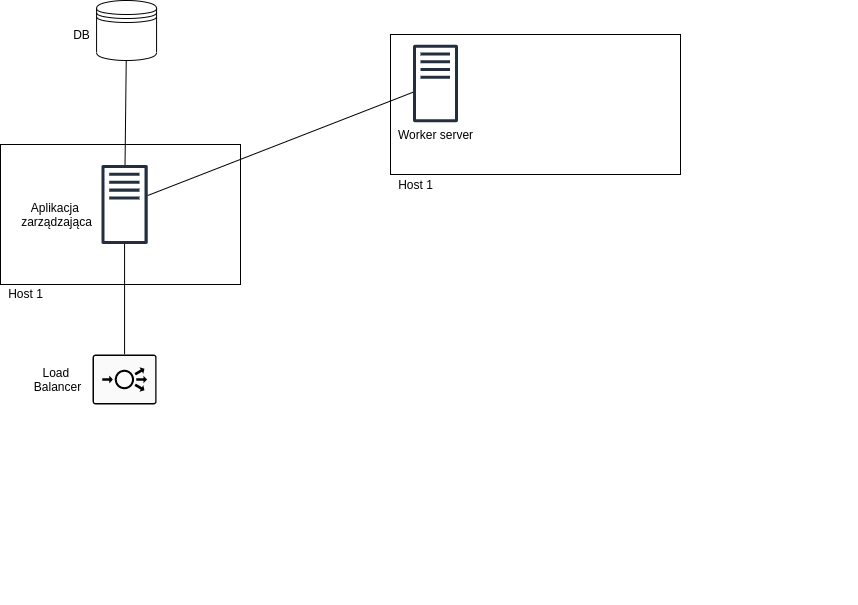
Earlier version of the draw.io export img/arch1.png (VM-Lab-Automation/Presentation). Source tidied: cells renumbered, new cells last; positions are measured from the earlier drawing's top-left corner, leaving out a move shared by most shapes. Source of this version:
```xml
<mxGraphModel>
  <root>
    <mxCell id="0" />
    <mxCell id="1" parent="0" />
    <mxCell id="2" style="rounded=0;whiteSpace=wrap;html=1;" parent="1" vertex="1">
      <mxGeometry y="144" width="240" height="140" as="geometry" />
    </mxCell>
    <mxCell id="3" value="Host 1" style="text;html=1;align=center;verticalAlign=middle;" parent="1" vertex="1">
      <mxGeometry y="283" width="50" height="20" as="geometry" />
    </mxCell>
    <mxCell id="4" style="outlineConnect=0;fontColor=#232F3E;gradientColor=none;fillColor=#232F3E;strokeColor=none;dashed=0;verticalLabelPosition=bottom;verticalAlign=top;align=center;html=1;fontSize=12;fontStyle=0;shape=mxgraph.aws4.traditional_server;" parent="1" vertex="1">
      <mxGeometry x="101" y="164" width="46.1" height="80" as="geometry" />
    </mxCell>
    <mxCell id="5" value="Aplikacja &lt;br&gt;zarządzająca" style="text;html=1;align=center;verticalAlign=middle;" parent="1" vertex="1">
      <mxGeometry x="11" y="199" width="90" height="30" as="geometry" />
    </mxCell>
    <mxCell id="6" style="rounded=0;whiteSpace=wrap;html=1;" parent="1" vertex="1">
      <mxGeometry x="390" y="34" width="290" height="140" as="geometry" />
    </mxCell>
    <mxCell id="7" style="outlineConnect=0;fontColor=#232F3E;gradientColor=none;fillColor=#232F3E;strokeColor=none;dashed=0;verticalLabelPosition=bottom;verticalAlign=top;align=center;html=1;fontSize=12;fontStyle=0;shape=mxgraph.aws4.traditional_server;" parent="1" vertex="1">
      <mxGeometry x="412.5" y="44" width="45" height="78" as="geometry" />
    </mxCell>
    <mxCell id="8" value="Worker server" style="text;html=1;align=center;verticalAlign=middle;" parent="1" vertex="1">
      <mxGeometry x="390" y="124" width="90" height="20" as="geometry" />
    </mxCell>
    <mxCell id="9" style="shape=datastore;whiteSpace=wrap;html=1;" parent="1" vertex="1">
      <mxGeometry x="96.1" width="60" height="60" as="geometry" />
    </mxCell>
    <mxCell id="10" value="DB&lt;br&gt;" style="text;html=1;align=center;verticalAlign=middle;" parent="1" vertex="1">
      <mxGeometry x="66.1" y="24" width="30" height="20" as="geometry" />
    </mxCell>
    <mxCell id="11" style="endArrow=none;html=1;" parent="1" edge="1" source="4" target="9">
      <mxGeometry relative="1" as="geometry" />
    </mxCell>
    <mxCell id="12" value="Host 1" style="text;html=1;align=center;verticalAlign=middle;" parent="1" vertex="1">
      <mxGeometry x="390" y="174" width="50" height="20" as="geometry" />
    </mxCell>
    <mxCell id="13" style="outlineConnect=0;fontColor=#232F3E;gradientColor=none;strokeColor=none;dashed=0;verticalLabelPosition=bottom;verticalAlign=top;align=center;html=1;fontSize=12;fontStyle=0;shape=mxgraph.aws4.client;fillColor=none;" parent="1" vertex="1">
      <mxGeometry x="78.1" y="503" width="78" height="76" as="geometry" />
    </mxCell>
    <mxCell id="14" value="Nauczyciel" style="text;html=1;align=center;verticalAlign=middle;noLabel=1;fontColor=none;" parent="1" vertex="1">
      <mxGeometry x="82.1" y="584" width="70" height="20" as="geometry" />
    </mxCell>
    <mxCell id="15" style="fontColor=#232F3E;gradientColor=none;strokeColor=none;dashed=0;verticalLabelPosition=bottom;verticalAlign=top;align=center;html=1;fontSize=12;fontStyle=0;shape=mxgraph.aws4.client;fillColor=none;" parent="1" vertex="1">
      <mxGeometry x="779" y="396" width="78" height="76" as="geometry" />
    </mxCell>
    <mxCell id="16" style="fontColor=#232F3E;gradientColor=none;strokeColor=none;dashed=0;verticalLabelPosition=bottom;verticalAlign=top;align=center;html=1;fontSize=12;fontStyle=0;shape=mxgraph.aws4.client;fillColor=none;" parent="1" vertex="1">
      <mxGeometry x="779" y="14" width="78" height="76" as="geometry" />
    </mxCell>
    <mxCell id="17" style="points=[[0.015,0.015,0],[0.985,0.015,0],[0.985,0.985,0],[0.015,0.985,0],[0.25,0,0],[0.5,0,0],[0.75,0,0],[1,0.25,0],[1,0.5,0],[1,0.75,0],[0.75,1,0],[0.5,1,0],[0.25,1,0],[0,0.75,0],[0,0.5,0],[0,0.25,0]];verticalLabelPosition=bottom;html=1;verticalAlign=top;align=center;shape=mxgraph.cisco19.rect;prIcon=load_balancer;fillColor=#FAFAFA;direction=east;" parent="1" vertex="1">
      <mxGeometry x="92.1" y="354" width="64" height="50" as="geometry" />
    </mxCell>
    <mxCell id="18" style="endArrow=none;html=1;exitX=0.5;exitY=0;exitDx=0;exitDy=0;exitPerimeter=0;" parent="1" edge="1" source="17" target="4">
      <mxGeometry relative="1" as="geometry" />
    </mxCell>
    <mxCell id="19" style="endArrow=none;html=1;" parent="1" edge="1" source="4" target="7">
      <mxGeometry relative="1" as="geometry" />
    </mxCell>
    <mxCell id="20" value="Load &lt;br&gt;Balancer" style="text;html=1;align=center;verticalAlign=middle;" parent="1" vertex="1">
      <mxGeometry x="27.1" y="364" width="60" height="30" as="geometry" />
    </mxCell>
    <mxCell id="21" style="fontColor=#232F3E;gradientColor=none;strokeColor=none;dashed=0;verticalLabelPosition=bottom;verticalAlign=top;align=center;html=1;fontSize=12;fontStyle=0;shape=mxgraph.aws4.client;fillColor=none;" parent="1" vertex="1">
      <mxGeometry x="779" y="184" width="78" height="76" as="geometry" />
    </mxCell>
  </root>
</mxGraphModel>
```
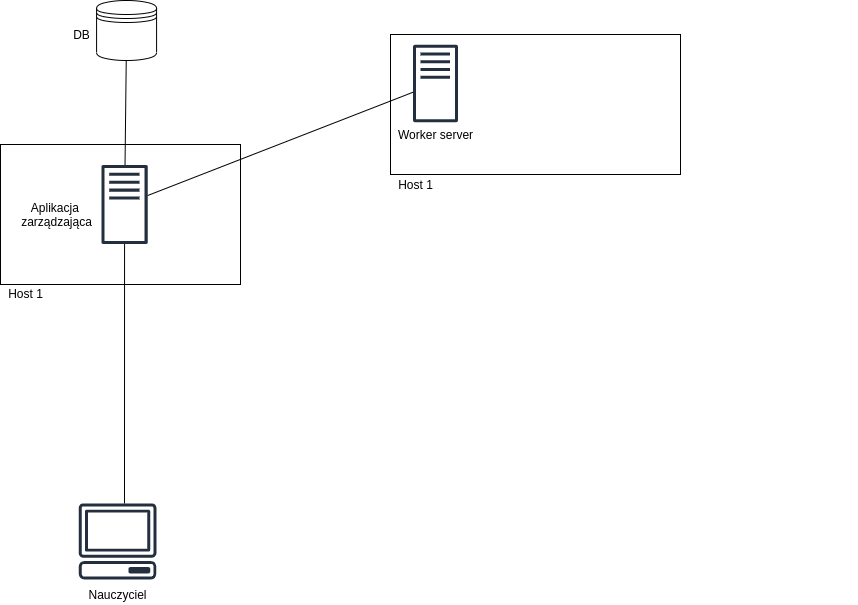
After the commit.

Commit message:
arch and gifs improvements

What changed in the source:
```diff
@@ -35,30 +35,21 @@
     <mxCell id="12" value="Host 1" style="text;html=1;align=center;verticalAlign=middle;" parent="1" vertex="1">
       <mxGeometry x="390" y="174" width="50" height="20" as="geometry" />
     </mxCell>
-    <mxCell id="13" style="outlineConnect=0;fontColor=#232F3E;gradientColor=none;strokeColor=none;dashed=0;verticalLabelPosition=bottom;verticalAlign=top;align=center;html=1;fontSize=12;fontStyle=0;shape=mxgraph.aws4.client;fillColor=none;" parent="1" vertex="1">
+    <mxCell id="13" style="outlineConnect=0;fontColor=#232F3E;gradientColor=none;fillColor=#232F3E;strokeColor=none;dashed=0;verticalLabelPosition=bottom;verticalAlign=top;align=center;html=1;fontSize=12;fontStyle=0;shape=mxgraph.aws4.client;" parent="1" vertex="1">
       <mxGeometry x="78.1" y="503" width="78" height="76" as="geometry" />
     </mxCell>
-    <mxCell id="14" value="Nauczyciel" style="text;html=1;align=center;verticalAlign=middle;noLabel=1;fontColor=none;" parent="1" vertex="1">
+    <mxCell id="14" value="Nauczyciel" style="text;html=1;align=center;verticalAlign=middle;" parent="1" vertex="1">
       <mxGeometry x="82.1" y="584" width="70" height="20" as="geometry" />
     </mxCell>
-    <mxCell id="15" style="fontColor=#232F3E;gradientColor=none;strokeColor=none;dashed=0;verticalLabelPosition=bottom;verticalAlign=top;align=center;html=1;fontSize=12;fontStyle=0;shape=mxgraph.aws4.client;fillColor=none;" parent="1" vertex="1">
-      <mxGeometry x="779" y="396" width="78" height="76" as="geometry" />
-    </mxCell>
     <mxCell id="16" style="fontColor=#232F3E;gradientColor=none;strokeColor=none;dashed=0;verticalLabelPosition=bottom;verticalAlign=top;align=center;html=1;fontSize=12;fontStyle=0;shape=mxgraph.aws4.client;fillColor=none;" parent="1" vertex="1">
       <mxGeometry x="779" y="14" width="78" height="76" as="geometry" />
     </mxCell>
-    <mxCell id="17" style="points=[[0.015,0.015,0],[0.985,0.015,0],[0.985,0.985,0],[0.015,0.985,0],[0.25,0,0],[0.5,0,0],[0.75,0,0],[1,0.25,0],[1,0.5,0],[1,0.75,0],[0.75,1,0],[0.5,1,0],[0.25,1,0],[0,0.75,0],[0,0.5,0],[0,0.25,0]];verticalLabelPosition=bottom;html=1;verticalAlign=top;align=center;shape=mxgraph.cisco19.rect;prIcon=load_balancer;fillColor=#FAFAFA;direction=east;" parent="1" vertex="1">
-      <mxGeometry x="92.1" y="354" width="64" height="50" as="geometry" />
-    </mxCell>
-    <mxCell id="18" style="endArrow=none;html=1;exitX=0.5;exitY=0;exitDx=0;exitDy=0;exitPerimeter=0;" parent="1" edge="1" source="17" target="4">
-      <mxGeometry relative="1" as="geometry" />
-    </mxCell>
+    <mxCell id="22" style="endArrow=none;html=1;exitX=0.589;exitY=0;exitDx=0;exitDy=0;exitPerimeter=0;" parent="1" edge="1" source="13" target="4">
+      <mxGeometry relative="1" as="geometry" />
+    </mxCell>
     <mxCell id="19" style="endArrow=none;html=1;" parent="1" edge="1" source="4" target="7">
       <mxGeometry relative="1" as="geometry" />
     </mxCell>
-    <mxCell id="20" value="Load &lt;br&gt;Balancer" style="text;html=1;align=center;verticalAlign=middle;" parent="1" vertex="1">
-      <mxGeometry x="27.1" y="364" width="60" height="30" as="geometry" />
-    </mxCell>
     <mxCell id="21" style="fontColor=#232F3E;gradientColor=none;strokeColor=none;dashed=0;verticalLabelPosition=bottom;verticalAlign=top;align=center;html=1;fontSize=12;fontStyle=0;shape=mxgraph.aws4.client;fillColor=none;" parent="1" vertex="1">
       <mxGeometry x="779" y="184" width="78" height="76" as="geometry" />
     </mxCell>
```
